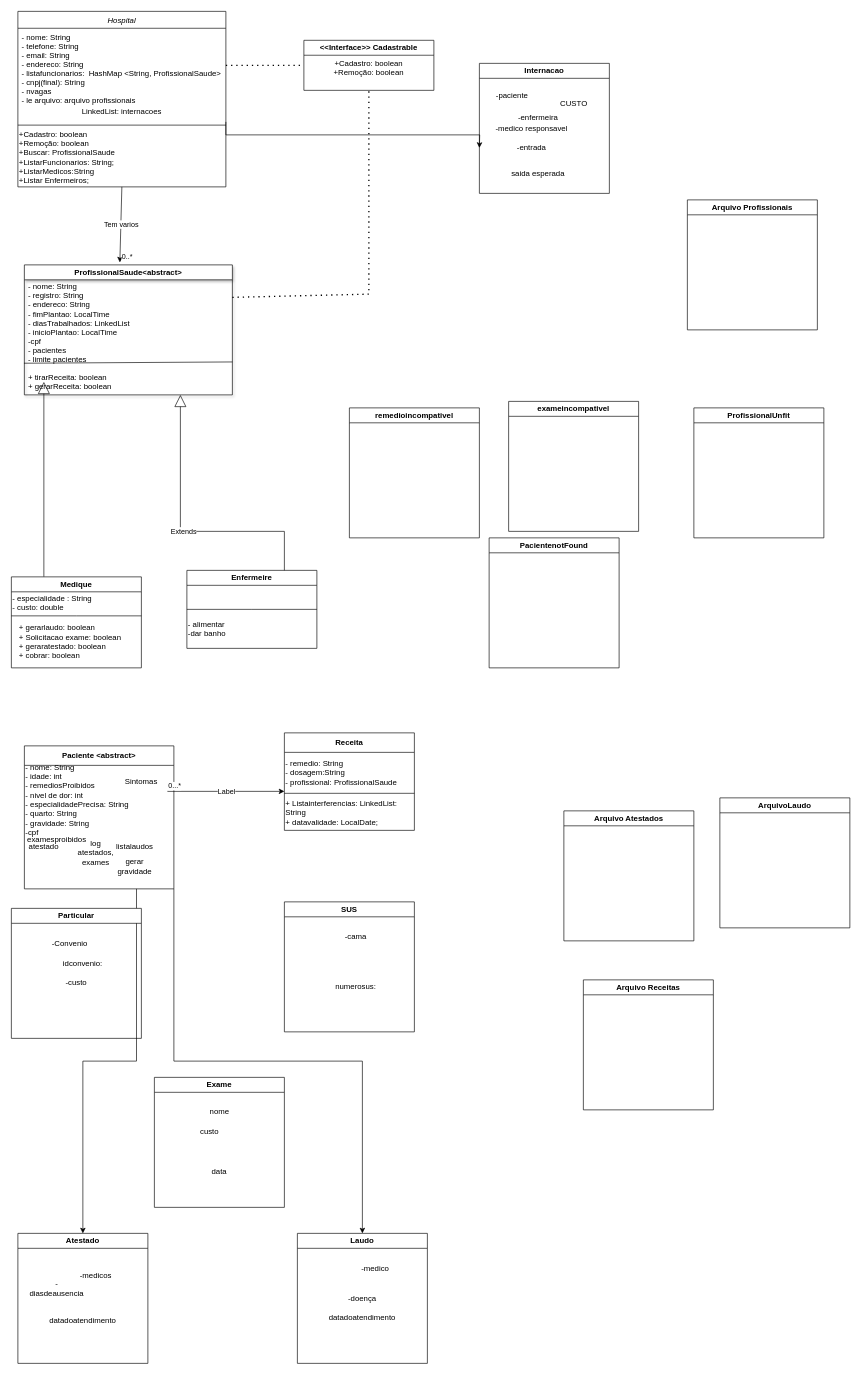
This is UML.drawio from Patricio-Andre/Trabalho-Final-MC322, a draw.io file, before an edit. Source tidied: cells renumbered, new cells numbered last; positions are measured from the earlier drawing's top-left corner, leaving out a move shared by most shapes. Both pictures are drawn from the tidied source at 65%, with x=0, y=0 at pixel (11, 11).
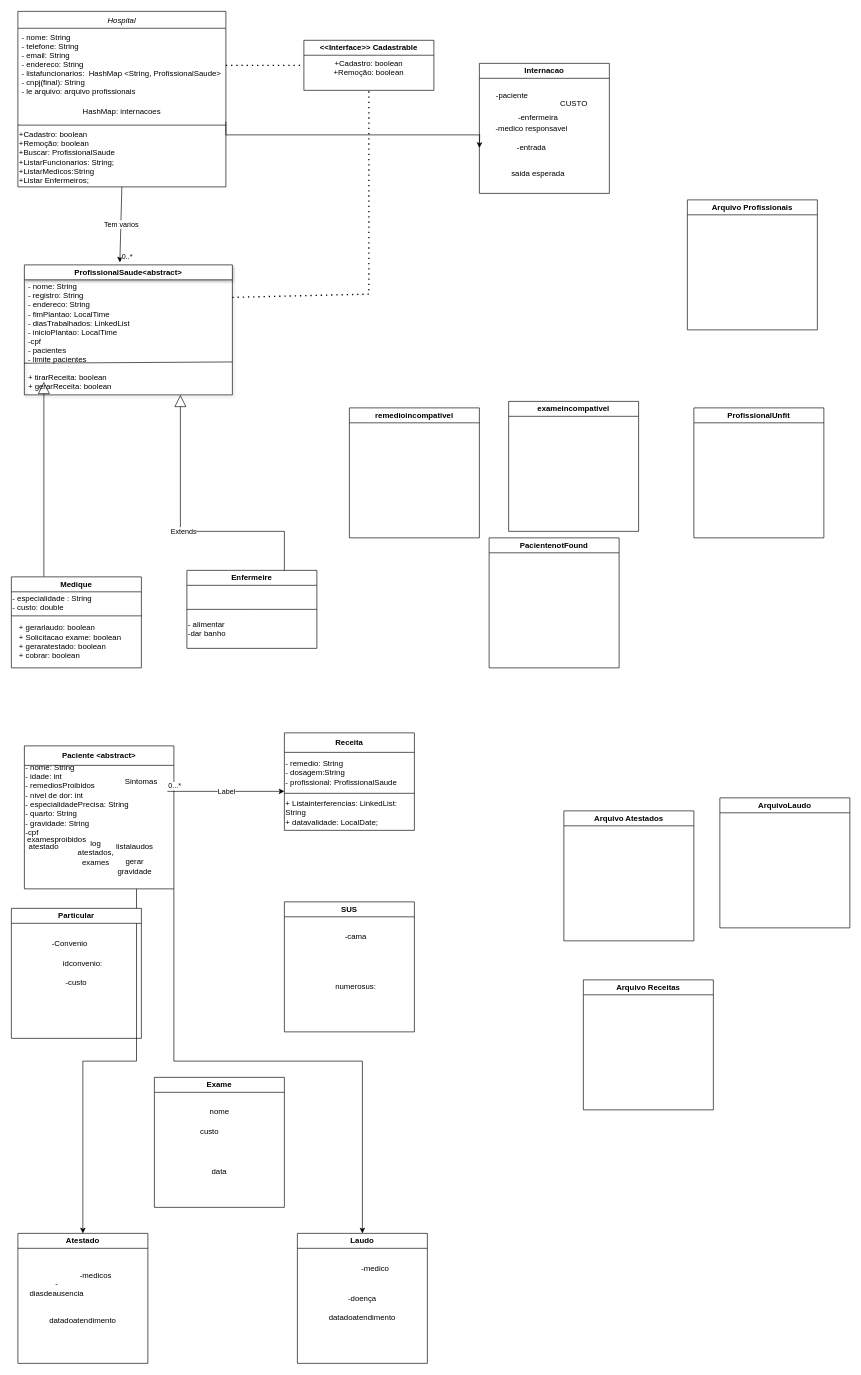
Above is the later version.

The change refers to these unchanged cells:
```xml
<mxCell id="2" value="Hospital" style="swimlane;fontStyle=2;align=center;verticalAlign=top;horizontal=1;startSize=26;rounded=0;shadow=0;strokeWidth=1;" parent="1" vertex="1">
  <mxGeometry x="10" width="320" height="270" as="geometry" />
</mxCell>
```

What changed in the source:
```diff
@@
-    <mxCell id="3" value="- nome: String&#10;- telefone: String&#10;- email: String&#10;- endereco: String&#10;- listafuncionarios:  HashMap &lt;String, ProfissionalSaude&gt;&#10;- cnpj(final): String&#10;- nvagas&#10;- le arquivo: arquivo profissionais" style="text;align=left;verticalAlign=top;spacingLeft=4;spacingRight=4;overflow=hidden;points=[[0,0.5],[1,0.5]];portConstraint=eastwest;" parent="2" vertex="1">
+    <mxCell id="3" value="- nome: String&#10;- telefone: String&#10;- email: String&#10;- endereco: String&#10;- listafuncionarios:  HashMap &lt;String, ProfissionalSaude&gt;&#10;- cnpj(final): String&#10;- le arquivo: arquivo profissionais" style="text;align=left;verticalAlign=top;spacingLeft=4;spacingRight=4;overflow=hidden;points=[[0,0.5],[1,0.5]];portConstraint=eastwest;" parent="2" vertex="1">
       <mxGeometry y="26" width="320" height="114" as="geometry" />
     </mxCell>
@@
-    <mxCell id="5" value="LinkedList: internacoes" style="text;html=1;strokeColor=none;fillColor=none;align=center;verticalAlign=middle;whiteSpace=wrap;rounded=0;" parent="2" vertex="1">
+    <mxCell id="5" value="HashMap: internacoes" style="text;html=1;strokeColor=none;fillColor=none;align=center;verticalAlign=middle;whiteSpace=wrap;rounded=0;" parent="2" vertex="1">
       <mxGeometry y="140" width="320" height="30" as="geometry" />
     </mxCell>
```
